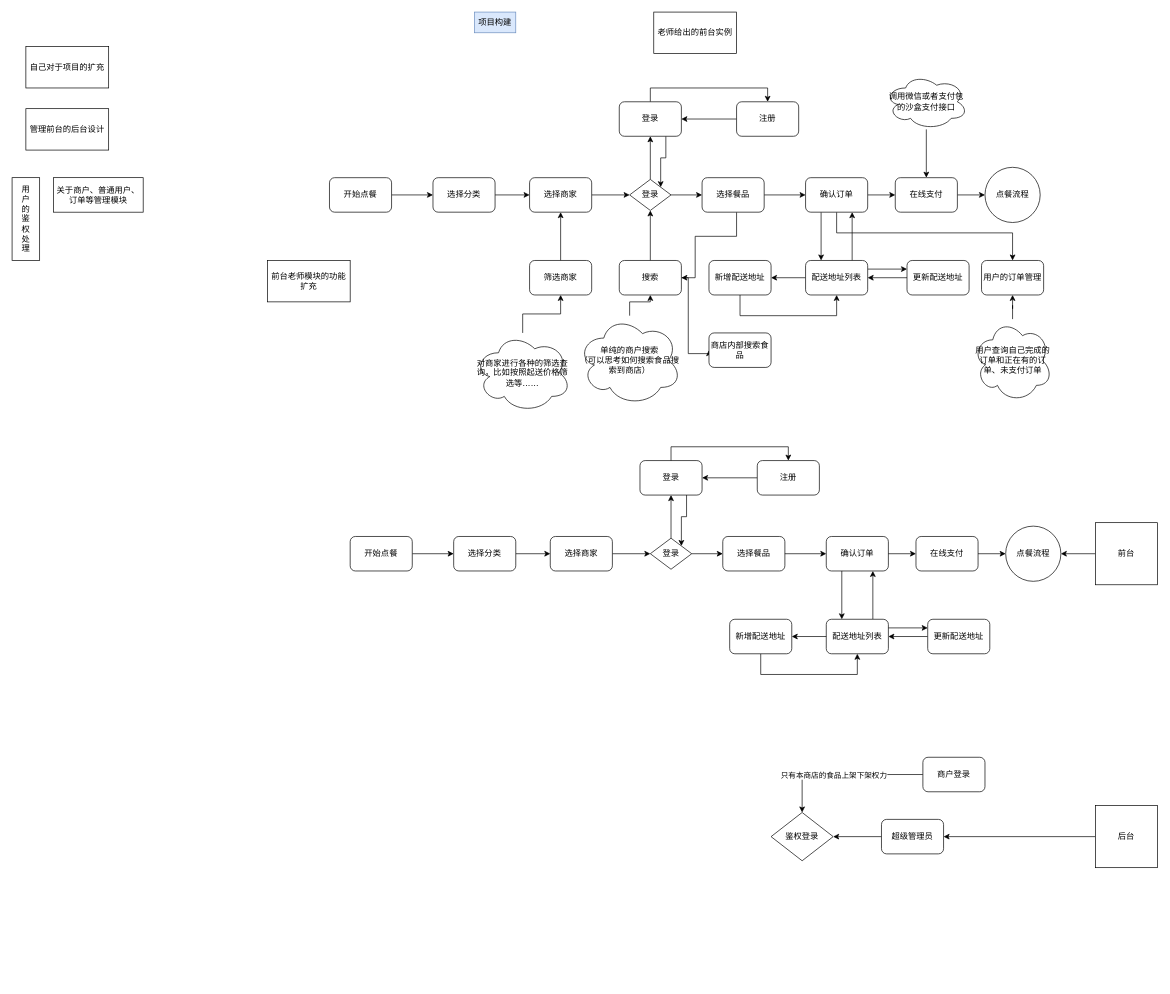
Before: demo项目绘图.drawio in zhozhengwei/LinuxTest8, a draw.io diagram. Source tidied: cells renumbered, new cells numbered last; positions are measured from the earlier drawing's top-left corner, leaving out a move shared by most shapes. Both pictures are drawn from the tidied source at 69%, with x=0, y=0 at pixel (12, 12).
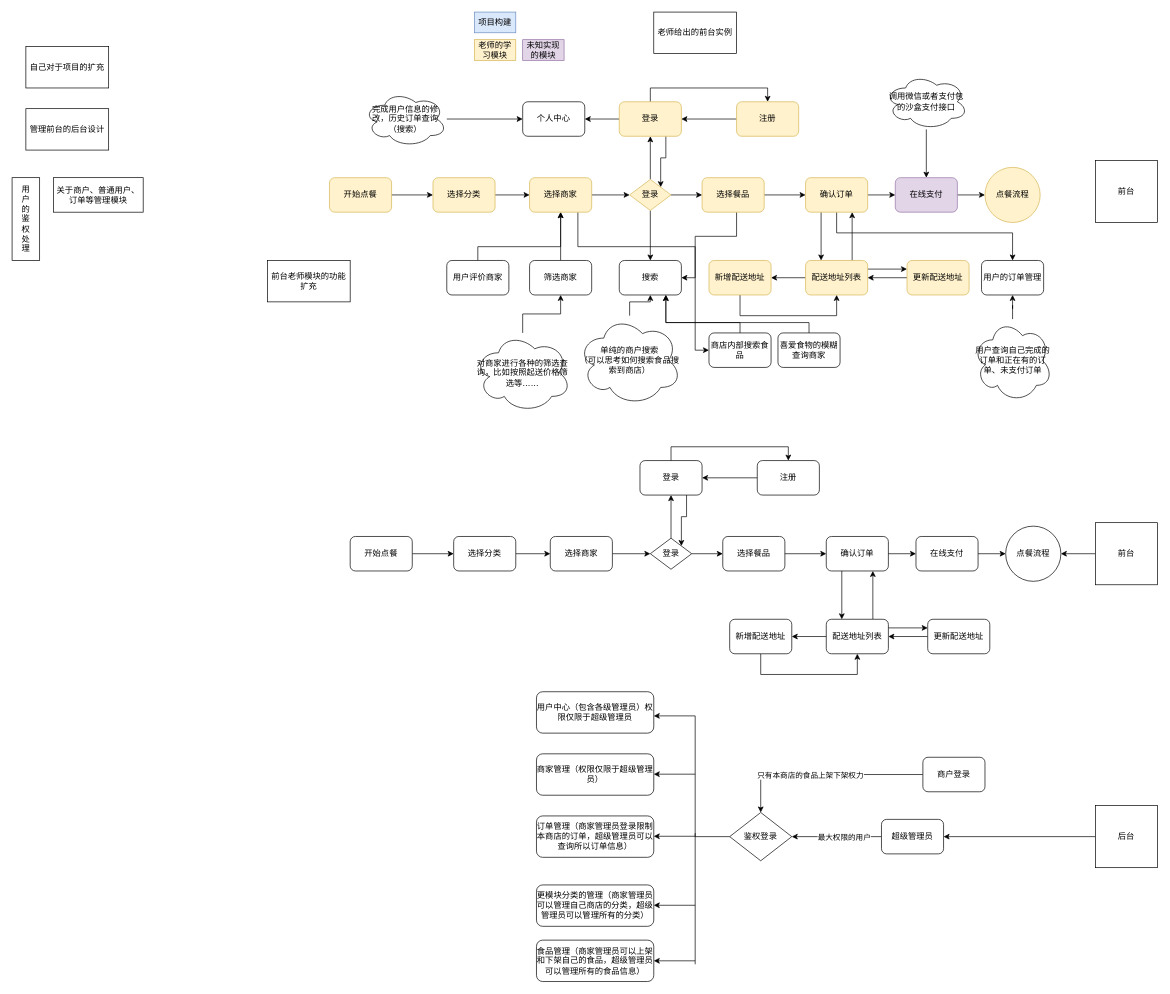
The same page after the edit.

Commit message:
更新demo项目绘图.drawio

Unchanged cells that the change refers to:
```xml
<mxCell id="77" style="edgeStyle=orthogonalEdgeStyle;rounded=0;jettySize=auto;html=1;entryX=1;entryY=0.5;entryDx=0;entryDy=0;" parent="1" edge="1" source="78" target="76">
  <mxGeometry relative="1" as="geometry" />
</mxCell>
<mxCell id="84" value="搜索" style="rounded=1;whiteSpace=wrap;html=1;" parent="1" vertex="1">
  <mxGeometry x="880" y="360" width="90" height="50" as="geometry" />
</mxCell>
<mxCell id="96" value="商店内部搜索食品" style="rounded=1;whiteSpace=wrap;html=1;" parent="1" vertex="1">
  <mxGeometry x="1010" y="465" width="90" height="50" as="geometry" />
</mxCell>
```

What changed in the source:
```diff
@@
+    <mxCell id="97" style="edgeStyle=orthogonalEdgeStyle;rounded=0;jettySize=auto;html=1;entryX=1;entryY=0.5;entryDx=0;entryDy=0;" parent="1" edge="1" source="11" target="102">
+      <mxGeometry relative="1" as="geometry" />
+    </mxCell>
-    <mxCell id="11" value="登录" style="rounded=1;whiteSpace=wrap;html=1;" parent="1" vertex="1">
+    <mxCell id="11" value="登录" style="rounded=1;whiteSpace=wrap;html=1;fillColor=#fff2cc;strokeColor=#d6b656;" parent="1" vertex="1">
       <mxGeometry x="880" y="130" width="90" height="50" as="geometry" />
     </mxCell>
@@
-    <mxCell id="14" value="选择餐品" style="rounded=1;whiteSpace=wrap;html=1;" parent="1" vertex="1">
+    <mxCell id="14" value="选择餐品" style="rounded=1;whiteSpace=wrap;html=1;fillColor=#fff2cc;strokeColor=#d6b656;" parent="1" vertex="1">
       <mxGeometry x="1000" y="240" width="90" height="50" as="geometry" />
     </mxCell>
@@
-    <mxCell id="16" value="注册" style="rounded=1;whiteSpace=wrap;html=1;" parent="1" vertex="1">
+    <mxCell id="16" value="注册" style="rounded=1;whiteSpace=wrap;html=1;fillColor=#fff2cc;strokeColor=#d6b656;" parent="1" vertex="1">
       <mxGeometry x="1050" y="130" width="90" height="50" as="geometry" />
     </mxCell>
@@
+    <mxCell id="98" style="edgeStyle=orthogonalEdgeStyle;rounded=0;jettySize=auto;html=1;entryX=0.5;entryY=0;entryDx=0;entryDy=0;" parent="1" edge="1" source="19" target="84">
+      <mxGeometry relative="1" as="geometry" />
+    </mxCell>
-    <mxCell id="19" value="登录" style="rhombus;whiteSpace=wrap;html=1;" parent="1" vertex="1">
+    <mxCell id="19" value="登录" style="rhombus;whiteSpace=wrap;html=1;fillColor=#fff2cc;strokeColor=#d6b656;" parent="1" vertex="1">
       <mxGeometry x="895" y="242.5" width="60" height="45" as="geometry" />
     </mxCell>
@@
-    <mxCell id="23" value="确认订单" style="rounded=1;whiteSpace=wrap;html=1;" parent="1" vertex="1">
+    <mxCell id="23" value="确认订单" style="rounded=1;whiteSpace=wrap;html=1;fillColor=#fff2cc;strokeColor=#d6b656;" parent="1" vertex="1">
       <mxGeometry x="1150" y="240" width="90" height="50" as="geometry" />
     </mxCell>
@@
-    <mxCell id="25" value="在线支付" style="rounded=1;whiteSpace=wrap;html=1;" parent="1" vertex="1">
+    <mxCell id="25" value="在线支付" style="rounded=1;whiteSpace=wrap;html=1;fillColor=#e1d5e7;strokeColor=#9673a6;" parent="1" vertex="1">
       <mxGeometry x="1280" y="240" width="90" height="50" as="geometry" />
     </mxCell>
-    <mxCell id="26" value="点餐流程" style="ellipse;whiteSpace=wrap;html=1;" parent="1" vertex="1">
+    <mxCell id="26" value="点餐流程" style="ellipse;whiteSpace=wrap;html=1;fillColor=#fff2cc;strokeColor=#d6b656;" parent="1" vertex="1">
       <mxGeometry x="1410" y="225" width="80" height="80" as="geometry" />
     </mxCell>
@@
-    <mxCell id="30" value="配送地址列表" style="rounded=1;whiteSpace=wrap;html=1;" parent="1" vertex="1">
+    <mxCell id="30" value="配送地址列表" style="rounded=1;whiteSpace=wrap;html=1;fillColor=#fff2cc;strokeColor=#d6b656;" parent="1" vertex="1">
       <mxGeometry x="1150" y="360" width="90" height="50" as="geometry" />
     </mxCell>
@@
-    <mxCell id="32" value="新增配送地址" style="rounded=1;whiteSpace=wrap;html=1;" parent="1" vertex="1">
+    <mxCell id="32" value="新增配送地址" style="rounded=1;whiteSpace=wrap;html=1;fillColor=#fff2cc;strokeColor=#d6b656;" parent="1" vertex="1">
       <mxGeometry x="1010" y="360" width="90" height="50" as="geometry" />
     </mxCell>
@@
-    <mxCell id="34" value="更新配送地址" style="rounded=1;whiteSpace=wrap;html=1;" parent="1" vertex="1">
+    <mxCell id="34" value="更新配送地址" style="rounded=1;whiteSpace=wrap;html=1;fillColor=#fff2cc;strokeColor=#d6b656;" parent="1" vertex="1">
       <mxGeometry x="1297" y="360" width="90" height="50" as="geometry" />
     </mxCell>
@@
+    <mxCell id="99" style="edgeStyle=orthogonalEdgeStyle;rounded=0;jettySize=auto;html=1;entryX=0;entryY=0.5;entryDx=0;entryDy=0;" parent="1" edge="1" source="36" target="96">
+      <mxGeometry relative="1" as="geometry">
+        <Array as="points">
+          <mxPoint x="820" y="340" />
+          <mxPoint x="990" y="340" />
+          <mxPoint x="990" y="490" />
+        </Array>
+      </mxGeometry>
+    </mxCell>
-    <mxCell id="36" value="选择商家" style="rounded=1;whiteSpace=wrap;html=1;" parent="1" vertex="1">
+    <mxCell id="36" value="选择商家" style="rounded=1;whiteSpace=wrap;html=1;fillColor=#fff2cc;strokeColor=#d6b656;" parent="1" vertex="1">
       <mxGeometry x="750" y="240" width="90" height="50" as="geometry" />
     </mxCell>
@@
-    <mxCell id="38" value="选择分类" style="rounded=1;whiteSpace=wrap;html=1;" parent="1" vertex="1">
+    <mxCell id="38" value="选择分类" style="rounded=1;whiteSpace=wrap;html=1;fillColor=#fff2cc;strokeColor=#d6b656;" parent="1" vertex="1">
       <mxGeometry x="610" y="240" width="90" height="50" as="geometry" />
     </mxCell>
@@
-    <mxCell id="40" value="开始点餐" style="rounded=1;whiteSpace=wrap;html=1;" parent="1" vertex="1">
+    <mxCell id="40" value="开始点餐" style="rounded=1;whiteSpace=wrap;html=1;fillColor=#fff2cc;strokeColor=#d6b656;" parent="1" vertex="1">
       <mxGeometry x="460" y="240" width="90" height="50" as="geometry" />
     </mxCell>
@@
     <mxCell id="76" value="鉴权登录" style="rhombus;whiteSpace=wrap;html=1;" parent="1" vertex="1">
-      <mxGeometry x="1100" y="1160" width="90" height="70" as="geometry" />
+      <mxGeometry x="1040" y="1160" width="90" height="70" as="geometry" />
     </mxCell>
@@
+    <mxCell id="100" value="最大权限的用户" style="edgeLabel;html=1;align=center;verticalAlign=middle;" parent="77" vertex="1">
+      <mxGeometry x="-0.16" relative="1" as="geometry" />
+    </mxCell>
@@
-    <mxCell id="82" style="edgeStyle=orthogonalEdgeStyle;rounded=0;jettySize=auto;html=1;entryX=0.5;entryY=1;entryDx=0;entryDy=0;" parent="1" edge="1" source="84" target="19">
-      <mxGeometry relative="1" as="geometry" />
-    </mxCell>
-    <mxCell id="83" style="edgeStyle=orthogonalEdgeStyle;rounded=0;jettySize=auto;html=1;entryX=0;entryY=0.5;entryDx=0;entryDy=0;" parent="1" edge="1" source="84" target="96">
-      <mxGeometry relative="1" as="geometry">
-        <Array as="points">
-          <mxPoint x="980" y="385" />
-          <mxPoint x="980" y="495" />
-          <mxPoint x="1010" y="495" />
-          <mxPoint x="1010" y="490" />
-        </Array>
-      </mxGeometry>
-    </mxCell>
@@
+    <mxCell id="101" style="edgeStyle=orthogonalEdgeStyle;rounded=0;jettySize=auto;html=1;entryX=0.75;entryY=1;entryDx=0;entryDy=0;" parent="1" edge="1" source="96" target="84">
+      <mxGeometry relative="1" as="geometry">
+        <Array as="points">
+          <mxPoint x="1055" y="450" />
+          <mxPoint x="948" y="450" />
+        </Array>
+      </mxGeometry>
+    </mxCell>
@@
+    <mxCell id="102" value="个人中心" style="rounded=1;whiteSpace=wrap;html=1;" parent="1" vertex="1">
+      <mxGeometry x="740" y="130" width="90" height="50" as="geometry" />
+    </mxCell>
+    <mxCell id="103" style="edgeStyle=orthogonalEdgeStyle;rounded=0;jettySize=auto;html=1;" parent="1" edge="1" source="104" target="102">
+      <mxGeometry relative="1" as="geometry" />
+    </mxCell>
+    <mxCell id="104" value="完成用户信息的修改，历史订单查询（搜索）" style="ellipse;shape=cloud;whiteSpace=wrap;html=1;" parent="1" vertex="1">
+      <mxGeometry x="510" y="115" width="120" height="80" as="geometry" />
+    </mxCell>
+    <mxCell id="105" value="前台" style="whiteSpace=wrap;html=1;" parent="1" vertex="1">
+      <mxGeometry x="1570" y="215" width="90" height="90" as="geometry" />
+    </mxCell>
+    <mxCell id="106" style="edgeStyle=orthogonalEdgeStyle;rounded=0;jettySize=auto;html=1;entryX=0.75;entryY=1;entryDx=0;entryDy=0;" parent="1" edge="1" source="107" target="84">
+      <mxGeometry relative="1" as="geometry">
+        <Array as="points">
+          <mxPoint x="948" y="450" />
+        </Array>
+      </mxGeometry>
+    </mxCell>
+    <mxCell id="107" value="喜爱食物的模糊查询商家" style="rounded=1;whiteSpace=wrap;html=1;" parent="1" vertex="1">
+      <mxGeometry x="1110" y="465" width="90" height="50" as="geometry" />
+    </mxCell>
+    <mxCell id="108" style="edgeStyle=orthogonalEdgeStyle;rounded=0;jettySize=auto;html=1;entryX=0.5;entryY=1;entryDx=0;entryDy=0;" parent="1" edge="1" source="109" target="36">
+      <mxGeometry relative="1" as="geometry">
+        <Array as="points">
+          <mxPoint x="675" y="340" />
+          <mxPoint x="795" y="340" />
+        </Array>
+      </mxGeometry>
+    </mxCell>
+    <mxCell id="109" value="用户评价商家" style="rounded=1;whiteSpace=wrap;html=1;" parent="1" vertex="1">
+      <mxGeometry x="630" y="360" width="90" height="50" as="geometry" />
+    </mxCell>
+    <mxCell id="110" value="老师的学习模块" style="rounded=0;whiteSpace=wrap;html=1;fillColor=#fff2cc;strokeColor=#d6b656;" parent="1" vertex="1">
+      <mxGeometry x="670" y="40" width="60" height="30" as="geometry" />
+    </mxCell>
+    <mxCell id="111" value="未知实现的模块" style="rounded=0;whiteSpace=wrap;html=1;fillColor=#e1d5e7;strokeColor=#9673a6;" parent="1" vertex="1">
+      <mxGeometry x="740" y="40" width="60" height="30" as="geometry" />
+    </mxCell>
+    <mxCell id="112" value="用户中心（包含各级管理员）权限仅限于超级管理员" style="rounded=1;whiteSpace=wrap;html=1;" parent="1" vertex="1">
+      <mxGeometry x="760" y="985" width="170" height="60" as="geometry" />
+    </mxCell>
+    <mxCell id="113" value="商家管理（权限仅限于超级管理员）" style="rounded=1;whiteSpace=wrap;html=1;" parent="1" vertex="1">
+      <mxGeometry x="760" y="1075" width="170" height="60" as="geometry" />
+    </mxCell>
+    <mxCell id="114" value="订单管理（商家管理员登录限制本商店的订单，超级管理员可以查询所以订单信息）" style="rounded=1;whiteSpace=wrap;html=1;" parent="1" vertex="1">
+      <mxGeometry x="760" y="1165" width="170" height="60" as="geometry" />
+    </mxCell>
+    <mxCell id="115" value="更模块分类的管理（商家管理员可以管理自己商店的分类，超级管理员可以管理所有的分类）" style="rounded=1;whiteSpace=wrap;html=1;" parent="1" vertex="1">
+      <mxGeometry x="760" y="1265" width="170" height="60" as="geometry" />
+    </mxCell>
+    <mxCell id="116" value="食品管理（商家管理员可以上架和下架自己的食品，超级管理员可以管理所有的食品信息）" style="rounded=1;whiteSpace=wrap;html=1;" parent="1" vertex="1">
+      <mxGeometry x="760" y="1345" width="170" height="60" as="geometry" />
+    </mxCell>
+    <mxCell id="117" style="endArrow=none;html=1;rounded=0;entryX=0;entryY=0.5;entryDx=0;entryDy=0;" parent="1" edge="1" target="76">
+      <mxGeometry relative="1" as="geometry">
+        <mxPoint x="990" y="1020" as="sourcePoint" />
+        <Array as="points">
+          <mxPoint x="990" y="1195" />
+        </Array>
+      </mxGeometry>
+    </mxCell>
+    <mxCell id="118" style="endArrow=none;html=1;rounded=0;" parent="1" edge="1">
+      <mxGeometry relative="1" as="geometry">
+        <mxPoint x="990" y="1380" as="sourcePoint" />
+        <mxPoint x="990" y="1190" as="targetPoint" />
+      </mxGeometry>
+    </mxCell>
+    <mxCell id="119" style="endArrow=classic;html=1;rounded=0;entryX=1;entryY=0.5;entryDx=0;entryDy=0;" parent="1" edge="1" target="116">
+      <mxGeometry relative="1" as="geometry">
+        <mxPoint x="990" y="1375" as="sourcePoint" />
+      </mxGeometry>
+    </mxCell>
+    <mxCell id="120" style="endArrow=classic;html=1;rounded=0;entryX=1;entryY=0.5;entryDx=0;entryDy=0;" parent="1" edge="1">
+      <mxGeometry relative="1" as="geometry">
+        <mxPoint x="990" y="1294.5" as="sourcePoint" />
+        <mxPoint x="930" y="1294.5" as="targetPoint" />
+      </mxGeometry>
+    </mxCell>
+    <mxCell id="121" style="endArrow=classic;html=1;rounded=0;entryX=1;entryY=0.5;entryDx=0;entryDy=0;" parent="1" edge="1">
+      <mxGeometry relative="1" as="geometry">
+        <mxPoint x="990" y="1194.5" as="sourcePoint" />
+        <mxPoint x="930" y="1194.5" as="targetPoint" />
+      </mxGeometry>
+    </mxCell>
+    <mxCell id="122" style="endArrow=classic;html=1;rounded=0;entryX=1;entryY=0.5;entryDx=0;entryDy=0;" parent="1" edge="1">
+      <mxGeometry relative="1" as="geometry">
+        <mxPoint x="990" y="1104.5" as="sourcePoint" />
+        <mxPoint x="930" y="1104.5" as="targetPoint" />
+      </mxGeometry>
+    </mxCell>
+    <mxCell id="123" style="endArrow=classic;html=1;rounded=0;entryX=1;entryY=0.5;entryDx=0;entryDy=0;" parent="1" edge="1">
+      <mxGeometry relative="1" as="geometry">
+        <mxPoint x="990" y="1020" as="sourcePoint" />
+        <mxPoint x="930" y="1020" as="targetPoint" />
+      </mxGeometry>
+    </mxCell>
```
